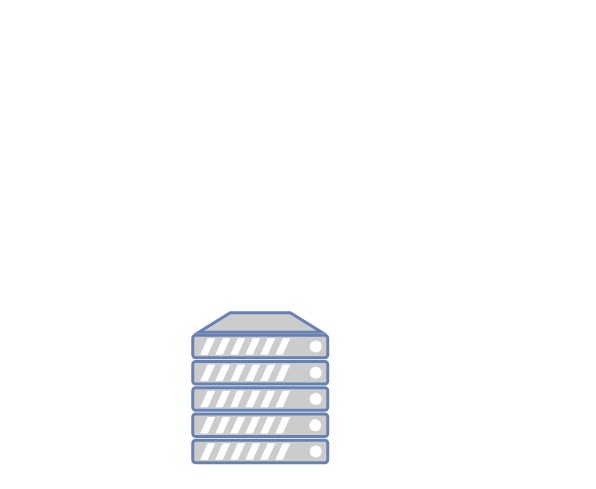
Above: 收集、展示、控制模块.drawio in poetlife/diagrams (draw.io), before the change. Source tidied: cells renumbered, new cells numbered last; positions are measured from the earlier drawing's top-left corner, leaving out a move shared by most shapes. Both pictures are drawn from the tidied source at 150%, with x=0, y=0 at pixel (192, 312).
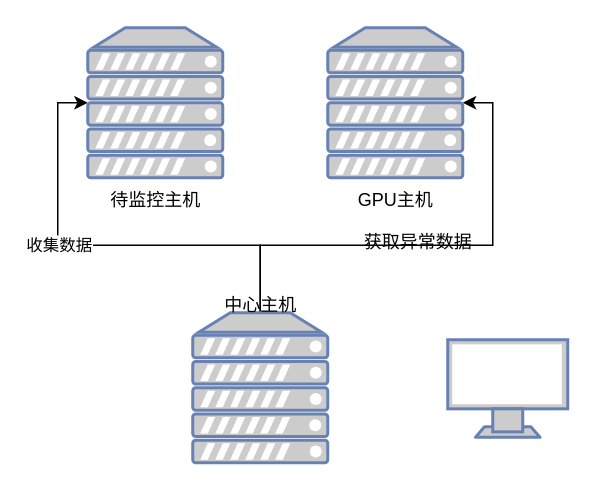
The same diagram, later.

Commit message (it also covers changes not shown here):
更新收集、展示、控制模块.drawio

What changed in the source:
```diff
@@
 <mxGraphModel>
   <root>
     <mxCell id="0" />
     <mxCell id="1" parent="0" />
+    <mxCell id="3" style="edgeStyle=orthogonalEdgeStyle;rounded=0;jettySize=auto;html=1;exitX=0.5;exitY=0;exitDx=0;exitDy=0;exitPerimeter=0;entryX=0;entryY=0.5;entryDx=0;entryDy=0;entryPerimeter=0;" parent="1" edge="1" source="2" target="7">
+      <mxGeometry relative="1" as="geometry" />
+    </mxCell>
+    <mxCell id="4" value="收集数据" style="edgeLabel;html=1;align=center;verticalAlign=middle;" parent="3" vertex="1">
+      <mxGeometry x="0.23" relative="1" as="geometry" />
+    </mxCell>
+    <mxCell id="5" style="edgeStyle=orthogonalEdgeStyle;rounded=0;jettySize=auto;html=1;exitX=0.5;exitY=0;exitDx=0;exitDy=0;exitPerimeter=0;entryX=1;entryY=0.5;entryDx=0;entryDy=0;entryPerimeter=0;" parent="1" edge="1" source="2" target="9">
+      <mxGeometry relative="1" as="geometry" />
+    </mxCell>
     <mxCell id="2" style="fontColor=#0066CC;verticalAlign=top;verticalLabelPosition=bottom;labelPosition=center;align=center;html=1;outlineConnect=0;fillColor=#CCCCCC;strokeColor=#6881B3;gradientColor=none;gradientDirection=north;strokeWidth=2;shape=mxgraph.networks.server;" parent="1" vertex="1">
       <mxGeometry width="90" height="100" as="geometry" />
     </mxCell>
+    <mxCell id="6" value="中心主机" style="text;html=1;align=center;verticalAlign=middle;strokeColor=none;fillColor=none;" parent="1" vertex="1">
+      <mxGeometry x="10" y="-20" width="70" height="30" as="geometry" />
+    </mxCell>
+    <mxCell id="7" style="fontColor=#0066CC;verticalAlign=top;verticalLabelPosition=bottom;labelPosition=center;align=center;html=1;outlineConnect=0;fillColor=#CCCCCC;strokeColor=#6881B3;gradientColor=none;gradientDirection=north;strokeWidth=2;shape=mxgraph.networks.server;" parent="1" vertex="1">
+      <mxGeometry x="-70" y="-190" width="90" height="100" as="geometry" />
+    </mxCell>
+    <mxCell id="8" value="待监控主机" style="text;html=1;align=center;verticalAlign=middle;strokeColor=none;fillColor=none;" parent="1" vertex="1">
+      <mxGeometry x="-65" y="-90" width="80" height="30" as="geometry" />
+    </mxCell>
+    <mxCell id="9" style="fontColor=#0066CC;verticalAlign=top;verticalLabelPosition=bottom;labelPosition=center;align=center;html=1;outlineConnect=0;fillColor=#CCCCCC;strokeColor=#6881B3;gradientColor=none;gradientDirection=north;strokeWidth=2;shape=mxgraph.networks.server;" parent="1" vertex="1">
+      <mxGeometry x="90" y="-190" width="90" height="100" as="geometry" />
+    </mxCell>
+    <mxCell id="10" value="GPU主机" style="text;html=1;align=center;verticalAlign=middle;strokeColor=none;fillColor=none;" parent="1" vertex="1">
+      <mxGeometry x="100" y="-90" width="70" height="30" as="geometry" />
+    </mxCell>
+    <mxCell id="11" value="获取异常数据" style="text;html=1;align=center;verticalAlign=middle;strokeColor=none;fillColor=none;" parent="1" vertex="1">
+      <mxGeometry x="100" y="-62" width="100" height="30" as="geometry" />
+    </mxCell>
+    <mxCell id="12" style="fontColor=#0066CC;verticalAlign=top;verticalLabelPosition=bottom;labelPosition=center;align=center;html=1;fillColor=#CCCCCC;strokeColor=#6881B3;gradientColor=none;gradientDirection=north;strokeWidth=2;shape=mxgraph.networks.monitor;" parent="1" vertex="1">
+      <mxGeometry x="170" y="18" width="80" height="65" as="geometry" />
+    </mxCell>
   </root>
 </mxGraphModel>
```
